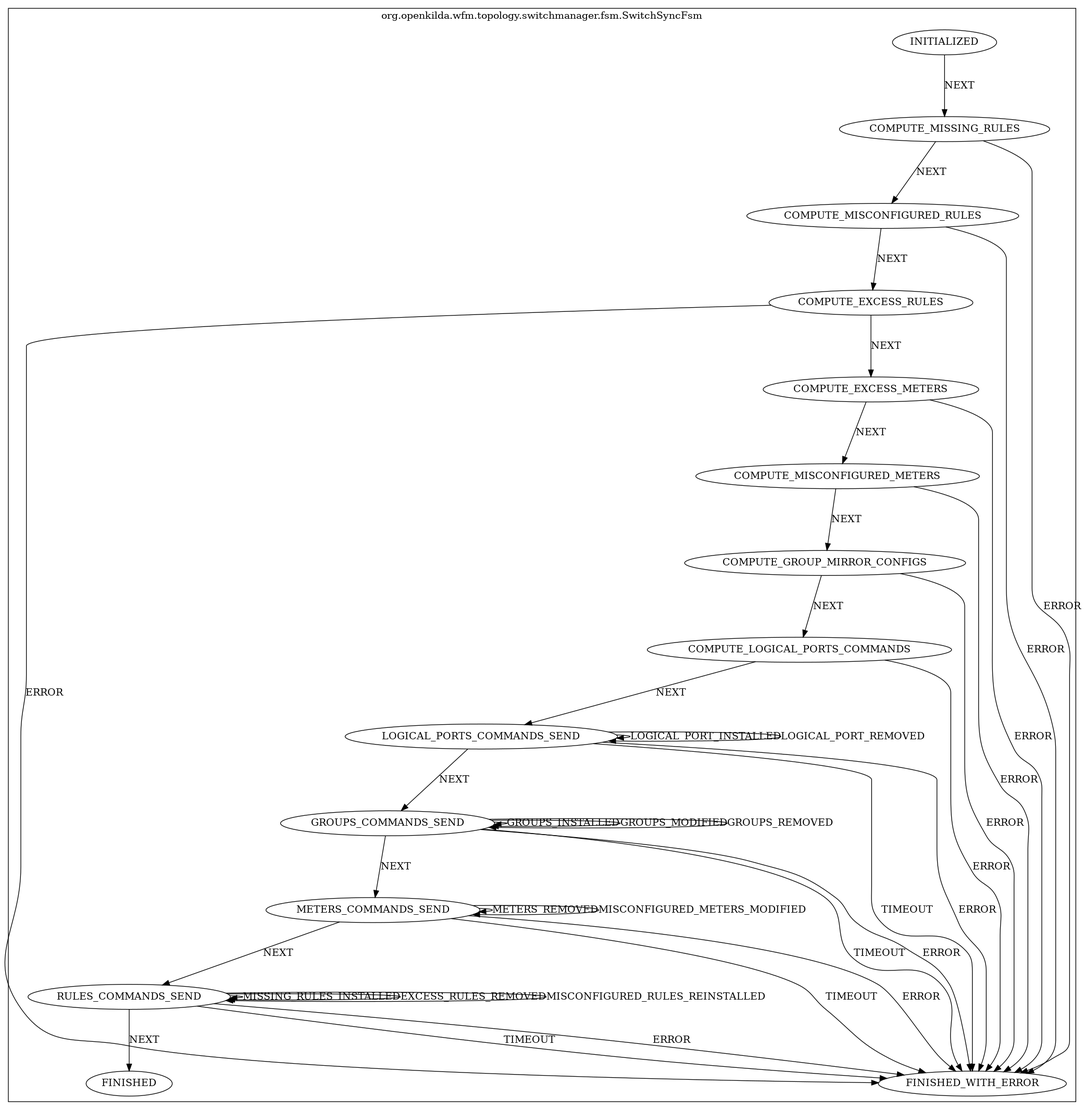
telstra/open-kilda keeps this Graphviz diagram as docs/design/hub-and-spoke/switch-sync/switch-sync-fsm.png. Above is the earlier version. Its source is kept beside it as docs/design/hub-and-spoke/switch-sync/switch-sync-fsm.dot.
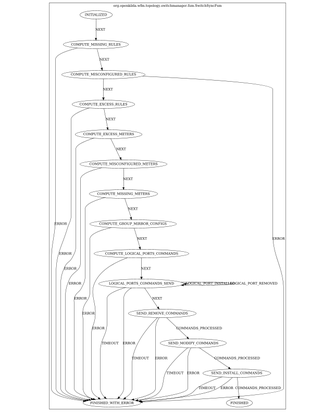
Above is the later version.

Change to the diagram source:
```diff
@@ -4,29 +4,27 @@
 label="org.openkilda.wfm.topology.switchmanager.fsm.SwitchSyncFsm";
 COMPUTE_EXCESS_RULES [label="COMPUTE_EXCESS_RULES"];
 COMPUTE_MISCONFIGURED_RULES [label="COMPUTE_MISCONFIGURED_RULES"];
-GROUPS_COMMANDS_SEND [label="GROUPS_COMMANDS_SEND"];
 FINISHED_WITH_ERROR [label="FINISHED_WITH_ERROR"];
 INITIALIZED [label="INITIALIZED"];
 COMPUTE_LOGICAL_PORTS_COMMANDS [label="COMPUTE_LOGICAL_PORTS_COMMANDS"];
 LOGICAL_PORTS_COMMANDS_SEND [label="LOGICAL_PORTS_COMMANDS_SEND"];
-RULES_COMMANDS_SEND [label="RULES_COMMANDS_SEND"];
 COMPUTE_MISSING_RULES [label="COMPUTE_MISSING_RULES"];
 COMPUTE_EXCESS_METERS [label="COMPUTE_EXCESS_METERS"];
 COMPUTE_MISCONFIGURED_METERS [label="COMPUTE_MISCONFIGURED_METERS"];
+COMPUTE_MISSING_METERS [label="COMPUTE_MISSING_METERS"];
 COMPUTE_GROUP_MIRROR_CONFIGS [label="COMPUTE_GROUP_MIRROR_CONFIGS"];
-METERS_COMMANDS_SEND [label="METERS_COMMANDS_SEND"];
+SEND_REMOVE_COMMANDS [label="SEND_REMOVE_COMMANDS"];
+SEND_MODIFY_COMMANDS [label="SEND_MODIFY_COMMANDS"];
+SEND_INSTALL_COMMANDS [label="SEND_INSTALL_COMMANDS"];
 FINISHED [label="FINISHED"];
 
 COMPUTE_EXCESS_RULES -> FINISHED_WITH_ERROR [ label="ERROR"];
 COMPUTE_EXCESS_RULES -> COMPUTE_EXCESS_METERS [ label="NEXT"];
 COMPUTE_MISCONFIGURED_RULES -> FINISHED_WITH_ERROR [ label="ERROR"];
 COMPUTE_MISCONFIGURED_RULES -> COMPUTE_EXCESS_RULES [ label="NEXT"];
-GROUPS_COMMANDS_SEND -> GROUPS_COMMANDS_SEND [ label="GROUPS_INSTALLED"];
-GROUPS_COMMANDS_SEND -> GROUPS_COMMANDS_SEND [ label="GROUPS_MODIFIED"];
-GROUPS_COMMANDS_SEND -> GROUPS_COMMANDS_SEND [ label="GROUPS_REMOVED"];
-GROUPS_COMMANDS_SEND -> FINISHED_WITH_ERROR [ label="TIMEOUT"];
-GROUPS_COMMANDS_SEND -> FINISHED_WITH_ERROR [ label="ERROR"];
-GROUPS_COMMANDS_SEND -> METERS_COMMANDS_SEND [ label="NEXT"];
+SEND_REMOVE_COMMANDS -> FINISHED_WITH_ERROR [ label="TIMEOUT"];
+SEND_REMOVE_COMMANDS -> FINISHED_WITH_ERROR [ label="ERROR"];
+SEND_REMOVE_COMMANDS -> SEND_MODIFY_COMMANDS [ label="COMMANDS_PROCESSED"];
 INITIALIZED -> COMPUTE_MISSING_RULES [ label="NEXT"];
 COMPUTE_LOGICAL_PORTS_COMMANDS -> FINISHED_WITH_ERROR [ label="ERROR"];
 COMPUTE_LOGICAL_PORTS_COMMANDS -> LOGICAL_PORTS_COMMANDS_SEND [ label="NEXT"];
@@ -34,23 +32,20 @@
 LOGICAL_PORTS_COMMANDS_SEND -> LOGICAL_PORTS_COMMANDS_SEND [ label="LOGICAL_PORT_REMOVED"];
 LOGICAL_PORTS_COMMANDS_SEND -> FINISHED_WITH_ERROR [ label="TIMEOUT"];
 LOGICAL_PORTS_COMMANDS_SEND -> FINISHED_WITH_ERROR [ label="ERROR"];
-LOGICAL_PORTS_COMMANDS_SEND -> GROUPS_COMMANDS_SEND [ label="NEXT"];
-RULES_COMMANDS_SEND -> RULES_COMMANDS_SEND [ label="MISSING_RULES_INSTALLED"];
-RULES_COMMANDS_SEND -> RULES_COMMANDS_SEND [ label="EXCESS_RULES_REMOVED"];
-RULES_COMMANDS_SEND -> RULES_COMMANDS_SEND [ label="MISCONFIGURED_RULES_REINSTALLED"];
-RULES_COMMANDS_SEND -> FINISHED_WITH_ERROR [ label="TIMEOUT"];
-RULES_COMMANDS_SEND -> FINISHED_WITH_ERROR [ label="ERROR"];
-RULES_COMMANDS_SEND -> FINISHED [ label="NEXT"];
+LOGICAL_PORTS_COMMANDS_SEND -> SEND_REMOVE_COMMANDS [ label="NEXT"];
+SEND_INSTALL_COMMANDS -> FINISHED_WITH_ERROR [ label="TIMEOUT"];
+SEND_INSTALL_COMMANDS -> FINISHED_WITH_ERROR [ label="ERROR"];
+SEND_INSTALL_COMMANDS -> FINISHED [ label="COMMANDS_PROCESSED"];
 COMPUTE_MISSING_RULES -> FINISHED_WITH_ERROR [ label="ERROR"];
 COMPUTE_MISSING_RULES -> COMPUTE_MISCONFIGURED_RULES [ label="NEXT"];
 COMPUTE_EXCESS_METERS -> FINISHED_WITH_ERROR [ label="ERROR"];
 COMPUTE_EXCESS_METERS -> COMPUTE_MISCONFIGURED_METERS [ label="NEXT"];
 COMPUTE_MISCONFIGURED_METERS -> FINISHED_WITH_ERROR [ label="ERROR"];
-COMPUTE_MISCONFIGURED_METERS -> COMPUTE_GROUP_MIRROR_CONFIGS [ label="NEXT"];
+COMPUTE_MISCONFIGURED_METERS -> COMPUTE_MISSING_METERS [ label="NEXT"];
+COMPUTE_MISSING_METERS -> FINISHED_WITH_ERROR [ label="ERROR"];
+COMPUTE_MISSING_METERS -> COMPUTE_GROUP_MIRROR_CONFIGS [ label="NEXT"];
 COMPUTE_GROUP_MIRROR_CONFIGS -> FINISHED_WITH_ERROR [ label="ERROR"];
 COMPUTE_GROUP_MIRROR_CONFIGS -> COMPUTE_LOGICAL_PORTS_COMMANDS [ label="NEXT"];
-METERS_COMMANDS_SEND -> METERS_COMMANDS_SEND [ label="METERS_REMOVED"];
-METERS_COMMANDS_SEND -> METERS_COMMANDS_SEND [ label="MISCONFIGURED_METERS_MODIFIED"];
-METERS_COMMANDS_SEND -> FINISHED_WITH_ERROR [ label="TIMEOUT"];
-METERS_COMMANDS_SEND -> FINISHED_WITH_ERROR [ label="ERROR"];
-METERS_COMMANDS_SEND -> RULES_COMMANDS_SEND [ label="NEXT"];}}
+SEND_MODIFY_COMMANDS -> FINISHED_WITH_ERROR [ label="TIMEOUT"];
+SEND_MODIFY_COMMANDS -> FINISHED_WITH_ERROR [ label="ERROR"];
+SEND_MODIFY_COMMANDS -> SEND_INSTALL_COMMANDS [ label="COMMANDS_PROCESSED"];}}
```
